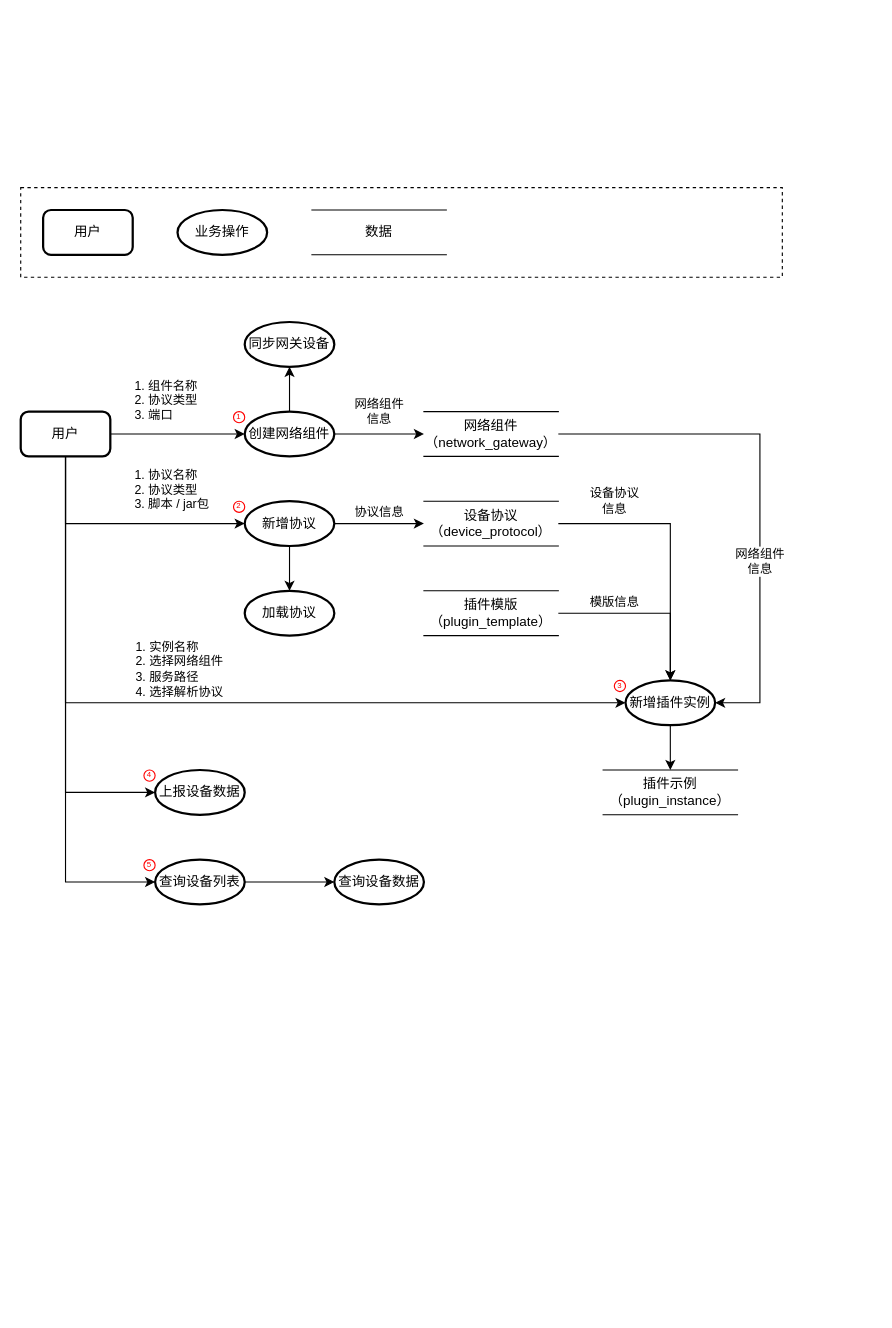
Before: others/数字孪生.drawio in Qunz/drawio, a draw.io diagram. Source tidied: cells renumbered, new cells numbered last; positions are measured from the earlier drawing's top-left corner, leaving out a move shared by most shapes. Both pictures are drawn from the tidied source at 112%, with x=0, y=0 at pixel (20, 187).
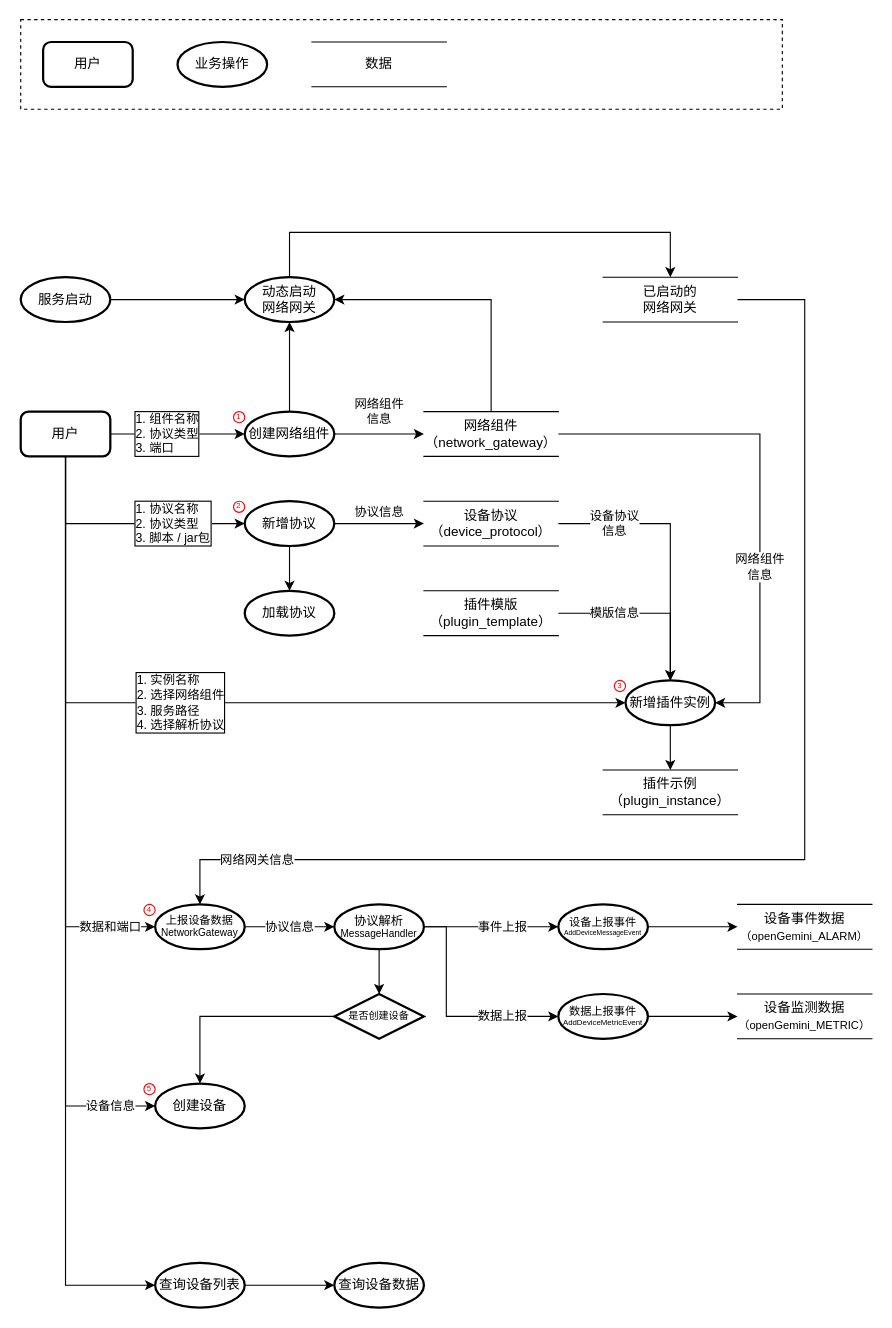
After the change.

Commit message:
更新数字孪生.drawio

The change refers to these unchanged cells:
```xml
<mxCell id="4" value="用户" style="rounded=1;whiteSpace=wrap;html=1;absoluteArcSize=1;arcSize=14;strokeWidth=2;" parent="1" vertex="1">
  <mxGeometry y="200" width="80" height="40" as="geometry" />
</mxCell>
<mxCell id="7" value="创建网络组件" style="strokeWidth=2;html=1;shape=mxgraph.flowchart.start_1;whiteSpace=wrap;" parent="1" vertex="1">
  <mxGeometry x="200" y="200" width="80" height="40" as="geometry" />
</mxCell>
<mxCell id="8" value="网络组件&lt;br&gt;（network_gateway）" style="shape=partialRectangle;whiteSpace=wrap;html=1;left=0;right=0;fillColor=none;" parent="1" vertex="1">
  <mxGeometry x="360" y="200" width="120" height="40" as="geometry" />
</mxCell>
<mxCell id="11" value="新增协议" style="strokeWidth=2;html=1;shape=mxgraph.flowchart.start_1;whiteSpace=wrap;" parent="1" vertex="1">
  <mxGeometry x="200" y="280" width="80" height="40" as="geometry" />
</mxCell>
<mxCell id="14" value="设备协议&lt;br&gt;（device_protocol）" style="shape=partialRectangle;whiteSpace=wrap;html=1;left=0;right=0;fillColor=none;" parent="1" vertex="1">
  <mxGeometry x="360" y="280" width="120" height="40" as="geometry" />
</mxCell>
<mxCell id="20" value="新增插件实例" style="strokeWidth=2;html=1;shape=mxgraph.flowchart.start_1;whiteSpace=wrap;" parent="1" vertex="1">
  <mxGeometry x="540" y="440" width="80" height="40" as="geometry" />
</mxCell>
<mxCell id="22" value="插件模版&lt;br&gt;（plugin_template）" style="shape=partialRectangle;whiteSpace=wrap;html=1;left=0;right=0;fillColor=none;" parent="1" vertex="1">
  <mxGeometry x="360" y="360" width="120" height="40" as="geometry" />
</mxCell>
```

Change to the diagram source:
```diff
@@
-    <mxCell id="2" value="1. 组件名称&lt;div&gt;2. 协议类型&lt;/div&gt;&lt;div&gt;3. 端口&lt;/div&gt;" style="edgeStyle=orthogonalEdgeStyle;rounded=0;jettySize=auto;html=1;align=left;" parent="1" edge="1" source="4" target="7">
-      <mxGeometry x="-0.67" y="30" relative="1" as="geometry">
+    <mxCell id="2" value="1. 组件名称&lt;div&gt;2. 协议类型&lt;/div&gt;&lt;div&gt;3. 端口&lt;/div&gt;" style="edgeStyle=orthogonalEdgeStyle;rounded=0;jettySize=auto;html=1;align=left;textShadow=0;labelBorderColor=default;" parent="1" edge="1" source="4" target="7">
+      <mxGeometry x="-0.67" relative="1" as="geometry">
         <Array as="points">
           <mxPoint x="170" y="220" />
           <mxPoint x="170" y="220" />
         </Array>
       </mxGeometry>
     </mxCell>
-    <mxCell id="3" value="1. 实例名称&lt;div&gt;2. 选择网络组件&lt;/div&gt;&lt;div&gt;3. 服务路径&lt;/div&gt;&lt;div&gt;4. 选择解析协议&lt;/div&gt;" style="edgeStyle=orthogonalEdgeStyle;rounded=0;jettySize=auto;html=1;align=left;entryX=0;entryY=0.5;entryDx=0;entryDy=0;entryPerimeter=0;" parent="1" edge="1" source="4" target="20">
-      <mxGeometry x="-0.22" y="30" relative="1" as="geometry">
+    <mxCell id="3" value="1. 实例名称&lt;div&gt;2. 选择网络组件&lt;/div&gt;&lt;div&gt;3. 服务路径&lt;/div&gt;&lt;div&gt;4. 选择解析协议&lt;/div&gt;" style="edgeStyle=orthogonalEdgeStyle;rounded=0;jettySize=auto;html=1;align=left;entryX=0;entryY=0.5;entryDx=0;entryDy=0;entryPerimeter=0;labelBorderColor=default;" parent="1" edge="1" source="4" target="20">
+      <mxGeometry x="-0.22" relative="1" as="geometry">
         <Array as="points">
           <mxPoint x="40" y="460" />
         </Array>
       </mxGeometry>
     </mxCell>
@@
-    <mxCell id="12" value="1. 协议名称&lt;div&gt;2. 协议类型&lt;br&gt;&lt;div&gt;3. 脚本 / jar包&lt;/div&gt;&lt;/div&gt;" style="edgeStyle=orthogonalEdgeStyle;rounded=0;jettySize=auto;html=1;entryX=0;entryY=0.5;entryDx=0;entryDy=0;entryPerimeter=0;align=left;" parent="1" edge="1" source="4" target="11">
-      <mxGeometry x="0.09" y="30" relative="1" as="geometry">
+    <mxCell id="12" value="1. 协议名称&lt;div&gt;2. 协议类型&lt;br&gt;&lt;div&gt;3. 脚本 / jar包&lt;/div&gt;&lt;/div&gt;" style="edgeStyle=orthogonalEdgeStyle;rounded=0;jettySize=auto;html=1;entryX=0;entryY=0.5;entryDx=0;entryDy=0;entryPerimeter=0;align=left;labelBorderColor=default;" parent="1" edge="1" source="4" target="11">
+      <mxGeometry x="0.09" relative="1" as="geometry">
         <Array as="points">
           <mxPoint x="40" y="300" />
         </Array>
       </mxGeometry>
     </mxCell>
     <mxCell id="13" value="设备协议&lt;br&gt;信息" style="edgeStyle=orthogonalEdgeStyle;rounded=0;jettySize=auto;html=1;entryX=0.5;entryY=0;entryDx=0;entryDy=0;entryPerimeter=0;" parent="1" edge="1" source="14" target="20">
-      <mxGeometry x="-0.58" y="20" relative="1" as="geometry">
+      <mxGeometry x="-0.58" relative="1" as="geometry">
         <Array as="points">
           <mxPoint x="580" y="300" />
         </Array>
       </mxGeometry>
     </mxCell>
@@
+    <mxCell id="48" style="edgeStyle=orthogonalEdgeStyle;rounded=0;jettySize=auto;html=1;entryX=0.5;entryY=0;entryDx=0;entryDy=0;" parent="1" edge="1" source="15" target="57">
+      <mxGeometry relative="1" as="geometry">
+        <Array as="points">
+          <mxPoint x="240" y="40" />
+          <mxPoint x="580" y="40" />
+        </Array>
+      </mxGeometry>
+    </mxCell>
-    <mxCell id="15" value="同步网关设备" style="strokeWidth=2;html=1;shape=mxgraph.flowchart.start_1;whiteSpace=wrap;" parent="1" vertex="1">
-      <mxGeometry x="200" y="120" width="80" height="40" as="geometry" />
+    <mxCell id="15" value="动态启动&lt;div&gt;网络网关&lt;/div&gt;" style="strokeWidth=2;html=1;shape=mxgraph.flowchart.start_1;whiteSpace=wrap;" parent="1" vertex="1">
+      <mxGeometry x="200" y="80" width="80" height="40" as="geometry" />
     </mxCell>
@@
     <mxCell id="18" value="网络组件&lt;div&gt;信息&lt;/div&gt;" style="edgeStyle=orthogonalEdgeStyle;rounded=0;jettySize=auto;html=1;horizontal=1;labelBackgroundColor=default;entryX=1;entryY=0.5;entryDx=0;entryDy=0;entryPerimeter=0;" parent="1" edge="1" source="8" target="20">
-      <mxGeometry x="0.28" relative="1" as="geometry">
+      <mxGeometry x="0.3" relative="1" as="geometry">
         <Array as="points">
           <mxPoint x="660" y="220" />
           <mxPoint x="660" y="460" />
         </Array>
       </mxGeometry>
     </mxCell>
@@
     <mxCell id="21" value="模版信息" style="edgeStyle=orthogonalEdgeStyle;rounded=0;jettySize=auto;html=1;" parent="1" edge="1" source="22" target="20">
-      <mxGeometry x="-0.37" y="10" relative="1" as="geometry" />
+      <mxGeometry x="-0.37" relative="1" as="geometry" />
     </mxCell>
@@
+    <mxCell id="49" value="协议信息" style="edgeStyle=orthogonalEdgeStyle;rounded=0;jettySize=auto;html=1;" parent="1" edge="1" source="32" target="52">
+      <mxGeometry relative="1" as="geometry" />
+    </mxCell>
-    <mxCell id="32" value="上报设备数据" style="strokeWidth=2;html=1;shape=mxgraph.flowchart.start_1;whiteSpace=wrap;" parent="1" vertex="1">
-      <mxGeometry x="120" y="520" width="80" height="40" as="geometry" />
+    <mxCell id="32" value="&lt;font style=&quot;font-size: 10px;&quot;&gt;上报设备数据&lt;/font&gt;&lt;div&gt;NetworkGateway&lt;/div&gt;" style="strokeWidth=2;html=1;shape=mxgraph.flowchart.start_1;whiteSpace=wrap;fontSize=9;" parent="1" vertex="1">
+      <mxGeometry x="120" y="640" width="80" height="40" as="geometry" />
     </mxCell>
@@
     <mxCell id="34" value="查询设备列表" style="strokeWidth=2;html=1;shape=mxgraph.flowchart.start_1;whiteSpace=wrap;" parent="1" vertex="1">
-      <mxGeometry x="120" y="600" width="80" height="40" as="geometry" />
+      <mxGeometry x="120" y="960" width="80" height="40" as="geometry" />
     </mxCell>
     <mxCell id="35" value="查询设备数据" style="strokeWidth=2;html=1;shape=mxgraph.flowchart.start_1;whiteSpace=wrap;" parent="1" vertex="1">
-      <mxGeometry x="280" y="600" width="80" height="40" as="geometry" />
+      <mxGeometry x="280" y="960" width="80" height="40" as="geometry" />
     </mxCell>
-    <mxCell id="36" style="edgeStyle=orthogonalEdgeStyle;rounded=0;jettySize=auto;html=1;entryX=0;entryY=0.5;entryDx=0;entryDy=0;entryPerimeter=0;" parent="1" edge="1" source="4" target="32">
-      <mxGeometry relative="1" as="geometry">
+    <mxCell id="36" value="数据和端口" style="edgeStyle=orthogonalEdgeStyle;rounded=0;jettySize=auto;html=1;entryX=0;entryY=0.5;entryDx=0;entryDy=0;entryPerimeter=0;" parent="1" edge="1" source="4" target="32">
+      <mxGeometry x="0.84" relative="1" as="geometry">
         <Array as="points">
-          <mxPoint x="40" y="540" />
+          <mxPoint x="40" y="660" />
         </Array>
       </mxGeometry>
     </mxCell>
     <mxCell id="37" style="edgeStyle=orthogonalEdgeStyle;rounded=0;jettySize=auto;html=1;entryX=0;entryY=0.5;entryDx=0;entryDy=0;entryPerimeter=0;" parent="1" edge="1" source="4" target="34">
       <mxGeometry relative="1" as="geometry">
         <Array as="points">
-          <mxPoint x="40" y="620" />
+          <mxPoint x="40" y="980" />
         </Array>
       </mxGeometry>
     </mxCell>
-    <mxCell id="38" value="用户" style="rounded=1;whiteSpace=wrap;html=1;absoluteArcSize=1;arcSize=14;strokeWidth=2;" parent="1" vertex="1">
-      <mxGeometry x="20" y="20" width="80" height="40" as="geometry" />
-    </mxCell>
-    <mxCell id="39" value="业务操作" style="strokeWidth=2;html=1;shape=mxgraph.flowchart.start_1;whiteSpace=wrap;" parent="1" vertex="1">
-      <mxGeometry x="140" y="20" width="80" height="40" as="geometry" />
-    </mxCell>
-    <mxCell id="40" value="数据" style="shape=partialRectangle;whiteSpace=wrap;html=1;left=0;right=0;fillColor=none;" parent="1" vertex="1">
-      <mxGeometry x="260" y="20" width="120" height="40" as="geometry" />
-    </mxCell>
-    <mxCell id="41" style="rounded=0;whiteSpace=wrap;html=1;fillColor=none;dashed=1;" parent="1" vertex="1">
-      <mxGeometry width="680" height="80" as="geometry" />
-    </mxCell>
     <mxCell id="42" style="group;" parent="1" vertex="1">
-      <mxGeometry x="110" y="520" width="10" height="10" as="geometry" />
+      <mxGeometry x="110" y="640" width="10" height="10" as="geometry" />
     </mxCell>
@@
     <mxCell id="45" style="group;" parent="1" vertex="1">
-      <mxGeometry x="110" y="600" width="10" height="10" as="geometry" />
+      <mxGeometry x="110" y="800" width="10" height="10" as="geometry" />
     </mxCell>
@@
+    <mxCell id="50" value="事件上报" style="edgeStyle=orthogonalEdgeStyle;rounded=0;jettySize=auto;html=1;" parent="1" edge="1" source="52" target="60">
+      <mxGeometry x="0.17" relative="1" as="geometry" />
+    </mxCell>
+    <mxCell id="51" style="edgeStyle=orthogonalEdgeStyle;rounded=0;jettySize=auto;html=1;" parent="1" edge="1" source="52" target="61">
+      <mxGeometry relative="1" as="geometry" />
+    </mxCell>
+    <mxCell id="52" value="&lt;font style=&quot;font-size: 11px;&quot;&gt;协议解析&lt;/font&gt;&lt;div&gt;MessageHandler&lt;/div&gt;" style="strokeWidth=2;html=1;shape=mxgraph.flowchart.start_1;whiteSpace=wrap;fontSize=9;" parent="1" vertex="1">
+      <mxGeometry x="280" y="640" width="80" height="40" as="geometry" />
+    </mxCell>
+    <mxCell id="53" style="group;" parent="1" vertex="1">
+      <mxGeometry y="-150" width="680" height="80" as="geometry" />
+    </mxCell>
+    <mxCell id="38" value="用户" style="rounded=1;whiteSpace=wrap;html=1;absoluteArcSize=1;arcSize=14;strokeWidth=2;" parent="53" vertex="1">
+      <mxGeometry x="20" y="20" width="80" height="40" as="geometry" />
+    </mxCell>
+    <mxCell id="39" value="业务操作" style="strokeWidth=2;html=1;shape=mxgraph.flowchart.start_1;whiteSpace=wrap;" parent="53" vertex="1">
+      <mxGeometry x="140" y="20" width="80" height="40" as="geometry" />
+    </mxCell>
+    <mxCell id="40" value="数据" style="shape=partialRectangle;whiteSpace=wrap;html=1;left=0;right=0;fillColor=none;" parent="53" vertex="1">
+      <mxGeometry x="260" y="20" width="120" height="40" as="geometry" />
+    </mxCell>
+    <mxCell id="41" style="rounded=0;whiteSpace=wrap;html=1;fillColor=none;dashed=1;" parent="53" vertex="1">
+      <mxGeometry width="680" height="80" as="geometry" />
+    </mxCell>
+    <mxCell id="54" value="服务启动" style="strokeWidth=2;html=1;shape=mxgraph.flowchart.start_1;whiteSpace=wrap;" parent="1" vertex="1">
+      <mxGeometry y="80" width="80" height="40" as="geometry" />
+    </mxCell>
+    <mxCell id="55" style="edgeStyle=orthogonalEdgeStyle;rounded=0;jettySize=auto;html=1;entryX=0;entryY=0.5;entryDx=0;entryDy=0;entryPerimeter=0;" parent="1" edge="1" source="54" target="15">
+      <mxGeometry relative="1" as="geometry" />
+    </mxCell>
+    <mxCell id="56" style="edgeStyle=orthogonalEdgeStyle;rounded=0;jettySize=auto;html=1;entryX=1;entryY=0.5;entryDx=0;entryDy=0;entryPerimeter=0;" parent="1" edge="1" source="8" target="15">
+      <mxGeometry relative="1" as="geometry">
+        <Array as="points">
+          <mxPoint x="420" y="100" />
+        </Array>
+      </mxGeometry>
+    </mxCell>
+    <mxCell id="57" value="已启动的&lt;div&gt;网络网关&lt;/div&gt;" style="shape=partialRectangle;whiteSpace=wrap;html=1;left=0;right=0;fillColor=none;" parent="1" vertex="1">
+      <mxGeometry x="520" y="80" width="120" height="40" as="geometry" />
+    </mxCell>
+    <mxCell id="58" value="网络网关信息" style="edgeStyle=orthogonalEdgeStyle;rounded=0;jettySize=auto;html=1;entryX=0.5;entryY=0;entryDx=0;entryDy=0;entryPerimeter=0;" parent="1" edge="1" source="57" target="32">
+      <mxGeometry x="0.84" relative="1" as="geometry">
+        <Array as="points">
+          <mxPoint x="700" y="100" />
+          <mxPoint x="700" y="600" />
+          <mxPoint x="160" y="600" />
+        </Array>
+      </mxGeometry>
+    </mxCell>
+    <mxCell id="59" style="edgeStyle=orthogonalEdgeStyle;rounded=0;jettySize=auto;html=1;" parent="1" edge="1" source="60" target="68">
+      <mxGeometry relative="1" as="geometry" />
+    </mxCell>
+    <mxCell id="60" value="&lt;div&gt;&lt;font style=&quot;font-size: 10px;&quot;&gt;设备上报事件&lt;/font&gt;&lt;/div&gt;AddDeviceMessageEvent" style="strokeWidth=2;html=1;shape=mxgraph.flowchart.start_1;whiteSpace=wrap;fontSize=6;" parent="1" vertex="1">
+      <mxGeometry x="480" y="640" width="80" height="40" as="geometry" />
+    </mxCell>
+    <mxCell id="61" value="是否创建设备" style="rhombus;whiteSpace=wrap;html=1;fontSize=9;strokeWidth=2;" parent="1" vertex="1">
+      <mxGeometry x="280" y="720" width="80" height="40" as="geometry" />
+    </mxCell>
+    <mxCell id="62" value="创建设备" style="strokeWidth=2;html=1;shape=mxgraph.flowchart.start_1;whiteSpace=wrap;" parent="1" vertex="1">
+      <mxGeometry x="120" y="800" width="80" height="40" as="geometry" />
+    </mxCell>
+    <mxCell id="63" style="edgeStyle=orthogonalEdgeStyle;rounded=0;jettySize=auto;html=1;entryX=0.5;entryY=0;entryDx=0;entryDy=0;entryPerimeter=0;" parent="1" edge="1" source="61" target="62">
+      <mxGeometry relative="1" as="geometry" />
+    </mxCell>
+    <mxCell id="64" style="edgeStyle=orthogonalEdgeStyle;rounded=0;jettySize=auto;html=1;" parent="1" edge="1" source="65" target="67">
+      <mxGeometry relative="1" as="geometry" />
+    </mxCell>
+    <mxCell id="65" value="&lt;div&gt;&lt;font style=&quot;font-size: 10px;&quot;&gt;数据上报事件&lt;/font&gt;&lt;/div&gt;&lt;font style=&quot;font-size: 7px;&quot;&gt;AddDeviceMetricEvent&lt;/font&gt;" style="strokeWidth=2;html=1;shape=mxgraph.flowchart.start_1;whiteSpace=wrap;fontSize=6;" parent="1" vertex="1">
+      <mxGeometry x="480" y="720" width="80" height="40" as="geometry" />
+    </mxCell>
+    <mxCell id="66" value="数据上报" style="edgeStyle=orthogonalEdgeStyle;rounded=0;jettySize=auto;html=1;entryX=0;entryY=0.5;entryDx=0;entryDy=0;entryPerimeter=0;" parent="1" edge="1" source="52" target="65">
+      <mxGeometry x="0.5" relative="1" as="geometry">
+        <Array as="points">
+          <mxPoint x="380" y="660" />
+          <mxPoint x="380" y="740" />
+        </Array>
+      </mxGeometry>
+    </mxCell>
+    <mxCell id="67" value="设备监测数据&lt;br&gt;&lt;font style=&quot;font-size: 10px;&quot;&gt;（openGemini_METRIC）&lt;/font&gt;" style="shape=partialRectangle;whiteSpace=wrap;html=1;left=0;right=0;fillColor=none;" parent="1" vertex="1">
+      <mxGeometry x="640" y="720" width="120" height="40" as="geometry" />
+    </mxCell>
+    <mxCell id="68" value="设备事件数据&lt;br&gt;&lt;font style=&quot;font-size: 10px;&quot;&gt;（openGemini_ALARM）&lt;/font&gt;" style="shape=partialRectangle;whiteSpace=wrap;html=1;left=0;right=0;fillColor=none;" parent="1" vertex="1">
+      <mxGeometry x="640" y="640" width="120" height="40" as="geometry" />
+    </mxCell>
+    <mxCell id="69" value="设备信息" style="edgeStyle=orthogonalEdgeStyle;rounded=0;jettySize=auto;html=1;entryX=0;entryY=0.5;entryDx=0;entryDy=0;entryPerimeter=0;" parent="1" edge="1" source="4" target="62">
+      <mxGeometry x="0.88" relative="1" as="geometry">
+        <Array as="points">
+          <mxPoint x="40" y="820" />
+        </Array>
+      </mxGeometry>
+    </mxCell>
```
